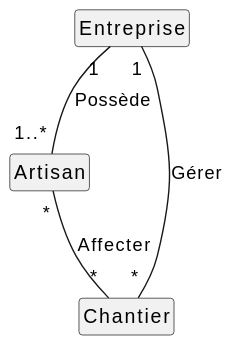
Earlier version of the PlantUML export dc.svg (IUT-Blagnac/r2-01-conception-td5-Falsimane). Source of this version:
```plantuml
@startuml
hide circle
hide empty members
hide empty methods

skinparam classAttributeIconSize 0

skinparam roundcorner 5

skinparam arrow {
    MessageAlign center
}

class Entreprise{

}




class Artisan{

}

class Chantier{

}


Entreprise "1" -- "1..*" Artisan : Possède
Entreprise "1" -- "*" Chantier : Gérer
Artisan "*" -- "*" Chantier : Affecter
@enduml
```
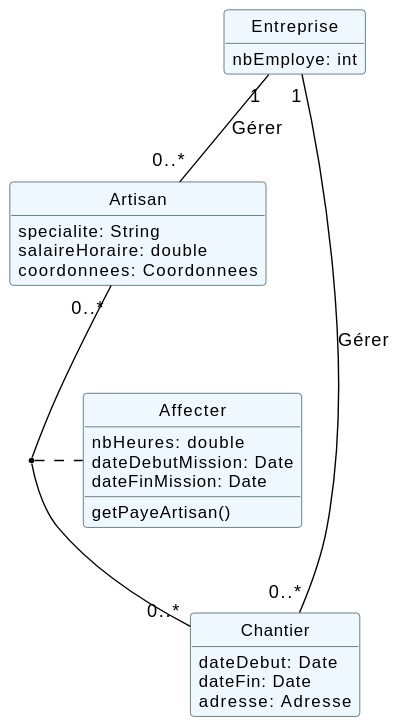
Later version of the same file.

The edit, as a diff of the source:
```diff
@@ -4,30 +4,48 @@
 hide empty methods
 
 skinparam classAttributeIconSize 0
+skinparam roundcorner 5
 
-skinparam roundcorner 5
+skinparam class {
+    BackgroundColor AliceBlue
+    BorderColor DarkSlateGray
+    ArrowColor Black
+    FontColor Black
+    FontSize 12
+    FontName Helvetica
+}
 
 skinparam arrow {
     MessageAlign center
 }
 
-class Entreprise{
 
+class Entreprise {
+    nbEmploye: int
 }
 
 
-
-
-class Artisan{
-
+class Artisan {
+    specialite: String
+    salaireHoraire: double
+    coordonnees: Coordonnees
 }
 
-class Chantier{
-
+class Chantier {
+    dateDebut: Date
+    dateFin: Date
+    adresse: Adresse
 }
 
+class Affecter {
+    nbHeures: double
+    dateDebutMission: Date
+    dateFinMission: Date
+    getPayeArtisan()
+}
 
-Entreprise "1" -- "1..*" Artisan : Possède
-Entreprise "1" -- "*" Chantier : Gérer
-Artisan "*" -- "*" Chantier : Affecter
+Entreprise "1" -- "0..*" Artisan : Gérer
+Entreprise "1" -- "0..*" Chantier : Gérer
+Artisan "0..*" -- "0..*" Chantier
+(Artisan, Chantier) .. Affecter
 @enduml
```
